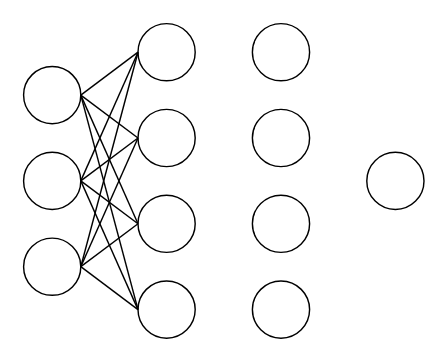
Earlier version of the draw.io diagram neural-network-mlp.drawio (lsc4719/MyViewOfComputationalGraphs). Source tidied: cells renumbered, new cells numbered last; positions are measured from the earlier drawing's top-left corner, leaving out a move shared by most shapes. Both pictures are drawn from the tidied source at 143%, with x=0, y=0 at pixel (23, 23).
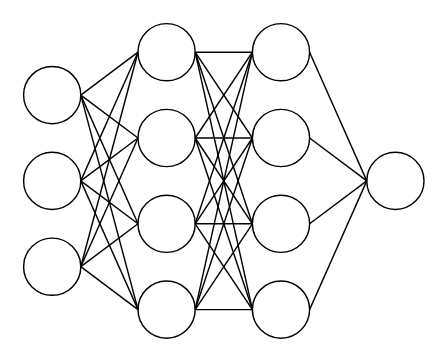
After the change.

The change refers to these unchanged cells:
```xml
<mxCell id="5" style="ellipse;whiteSpace=wrap;html=1;" parent="1" vertex="1">
  <mxGeometry x="80" width="40" height="40" as="geometry" />
</mxCell>
<mxCell id="6" style="ellipse;whiteSpace=wrap;html=1;" parent="1" vertex="1">
  <mxGeometry x="80" y="60" width="40" height="40" as="geometry" />
</mxCell>
<mxCell id="7" style="ellipse;whiteSpace=wrap;html=1;" parent="1" vertex="1">
  <mxGeometry x="80" y="120" width="40" height="40" as="geometry" />
</mxCell>
<mxCell id="8" style="ellipse;whiteSpace=wrap;html=1;" parent="1" vertex="1">
  <mxGeometry x="80" y="180" width="40" height="40" as="geometry" />
</mxCell>
<mxCell id="9" style="ellipse;whiteSpace=wrap;html=1;" parent="1" vertex="1">
  <mxGeometry x="160" width="40" height="40" as="geometry" />
</mxCell>
<mxCell id="10" style="ellipse;whiteSpace=wrap;html=1;" parent="1" vertex="1">
  <mxGeometry x="160" y="60" width="40" height="40" as="geometry" />
</mxCell>
<mxCell id="11" style="ellipse;whiteSpace=wrap;html=1;" parent="1" vertex="1">
  <mxGeometry x="160" y="120" width="40" height="40" as="geometry" />
</mxCell>
<mxCell id="12" style="ellipse;whiteSpace=wrap;html=1;" parent="1" vertex="1">
  <mxGeometry x="160" y="180" width="40" height="40" as="geometry" />
</mxCell>
<mxCell id="13" style="ellipse;whiteSpace=wrap;html=1;" parent="1" vertex="1">
  <mxGeometry x="240" y="90" width="40" height="40" as="geometry" />
</mxCell>
```

The edit, as a diff of the source:
```diff
@@
+    <mxCell id="26" style="endArrow=none;html=1;rounded=0;entryX=1;entryY=0.5;entryDx=0;entryDy=0;exitX=0;exitY=0.5;exitDx=0;exitDy=0;" parent="1" edge="1" source="9" target="5">
+      <mxGeometry relative="1" as="geometry" />
+    </mxCell>
+    <mxCell id="27" style="endArrow=none;html=1;rounded=0;entryX=1;entryY=0.5;entryDx=0;entryDy=0;exitX=0;exitY=0.5;exitDx=0;exitDy=0;" parent="1" edge="1" source="10" target="5">
+      <mxGeometry relative="1" as="geometry" />
+    </mxCell>
+    <mxCell id="28" style="endArrow=none;html=1;rounded=0;entryX=1;entryY=0.5;entryDx=0;entryDy=0;exitX=0;exitY=0.5;exitDx=0;exitDy=0;" parent="1" edge="1" source="11" target="5">
+      <mxGeometry relative="1" as="geometry" />
+    </mxCell>
+    <mxCell id="29" style="endArrow=none;html=1;rounded=0;entryX=1;entryY=0.5;entryDx=0;entryDy=0;exitX=0;exitY=0.5;exitDx=0;exitDy=0;" parent="1" edge="1" source="12" target="5">
+      <mxGeometry relative="1" as="geometry" />
+    </mxCell>
+    <mxCell id="30" style="endArrow=none;html=1;rounded=0;entryX=1;entryY=0.5;entryDx=0;entryDy=0;exitX=0;exitY=0.5;exitDx=0;exitDy=0;" parent="1" edge="1" source="9" target="6">
+      <mxGeometry relative="1" as="geometry" />
+    </mxCell>
+    <mxCell id="31" style="endArrow=none;html=1;rounded=0;entryX=1;entryY=0.5;entryDx=0;entryDy=0;exitX=0;exitY=0.5;exitDx=0;exitDy=0;" parent="1" edge="1" source="10" target="6">
+      <mxGeometry relative="1" as="geometry" />
+    </mxCell>
+    <mxCell id="32" style="endArrow=none;html=1;rounded=0;entryX=1;entryY=0.5;entryDx=0;entryDy=0;exitX=0;exitY=0.5;exitDx=0;exitDy=0;" parent="1" edge="1" source="11" target="6">
+      <mxGeometry relative="1" as="geometry" />
+    </mxCell>
+    <mxCell id="33" style="endArrow=none;html=1;rounded=0;exitX=0;exitY=0.5;exitDx=0;exitDy=0;" parent="1" edge="1" source="12">
+      <mxGeometry relative="1" as="geometry">
+        <mxPoint x="120" y="80" as="targetPoint" />
+      </mxGeometry>
+    </mxCell>
+    <mxCell id="34" style="endArrow=none;html=1;rounded=0;exitX=0;exitY=0.5;exitDx=0;exitDy=0;entryX=1;entryY=0.5;entryDx=0;entryDy=0;" parent="1" edge="1" source="9" target="7">
+      <mxGeometry relative="1" as="geometry" />
+    </mxCell>
+    <mxCell id="35" style="endArrow=none;html=1;rounded=0;exitX=0;exitY=0.5;exitDx=0;exitDy=0;entryX=1;entryY=0.5;entryDx=0;entryDy=0;" parent="1" edge="1" source="10" target="7">
+      <mxGeometry relative="1" as="geometry" />
+    </mxCell>
+    <mxCell id="36" style="endArrow=none;html=1;rounded=0;exitX=0;exitY=0.5;exitDx=0;exitDy=0;entryX=1;entryY=0.5;entryDx=0;entryDy=0;" parent="1" edge="1" source="11" target="7">
+      <mxGeometry relative="1" as="geometry" />
+    </mxCell>
+    <mxCell id="37" style="endArrow=none;html=1;rounded=0;exitX=0;exitY=0.5;exitDx=0;exitDy=0;entryX=1;entryY=0.5;entryDx=0;entryDy=0;" parent="1" edge="1" source="12" target="7">
+      <mxGeometry relative="1" as="geometry" />
+    </mxCell>
+    <mxCell id="38" style="endArrow=none;html=1;rounded=0;exitX=0;exitY=0.5;exitDx=0;exitDy=0;entryX=1;entryY=0.5;entryDx=0;entryDy=0;" parent="1" edge="1" source="9" target="8">
+      <mxGeometry relative="1" as="geometry" />
+    </mxCell>
+    <mxCell id="39" style="endArrow=none;html=1;rounded=0;exitX=0;exitY=0.5;exitDx=0;exitDy=0;entryX=1;entryY=0.5;entryDx=0;entryDy=0;" parent="1" edge="1" source="10" target="8">
+      <mxGeometry relative="1" as="geometry" />
+    </mxCell>
+    <mxCell id="40" style="endArrow=none;html=1;rounded=0;exitX=0;exitY=0.5;exitDx=0;exitDy=0;entryX=1;entryY=0.5;entryDx=0;entryDy=0;" parent="1" edge="1" source="11" target="8">
+      <mxGeometry relative="1" as="geometry" />
+    </mxCell>
+    <mxCell id="41" style="endArrow=none;html=1;rounded=0;exitX=0;exitY=0.5;exitDx=0;exitDy=0;entryX=1;entryY=0.5;entryDx=0;entryDy=0;" parent="1" edge="1" source="12" target="8">
+      <mxGeometry relative="1" as="geometry" />
+    </mxCell>
+    <mxCell id="42" style="endArrow=none;html=1;rounded=0;exitX=1;exitY=0.5;exitDx=0;exitDy=0;entryX=0;entryY=0.5;entryDx=0;entryDy=0;" parent="1" edge="1" source="9" target="13">
+      <mxGeometry relative="1" as="geometry" />
+    </mxCell>
+    <mxCell id="43" style="endArrow=none;html=1;rounded=0;exitX=1;exitY=0.5;exitDx=0;exitDy=0;" parent="1" edge="1" source="10">
+      <mxGeometry relative="1" as="geometry">
+        <mxPoint x="240" y="110" as="targetPoint" />
+      </mxGeometry>
+    </mxCell>
+    <mxCell id="44" style="endArrow=none;html=1;rounded=0;exitX=1;exitY=0.5;exitDx=0;exitDy=0;entryX=0;entryY=0.5;entryDx=0;entryDy=0;" parent="1" edge="1" source="11" target="13">
+      <mxGeometry relative="1" as="geometry" />
+    </mxCell>
+    <mxCell id="45" style="endArrow=none;html=1;rounded=0;exitX=1;exitY=0.5;exitDx=0;exitDy=0;entryX=0;entryY=0.5;entryDx=0;entryDy=0;" parent="1" edge="1" source="12" target="13">
+      <mxGeometry relative="1" as="geometry" />
+    </mxCell>
```
